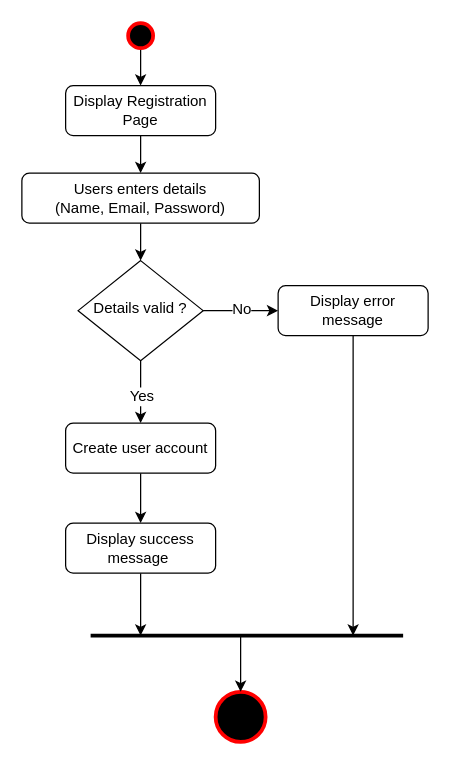
Earlier version of the draw.io diagram page "Registration" (1 of 15) of Activity Diagram.drawio (shamim36/Final-Defence-Diagram). Source tidied: cells renumbered, new cells numbered last; positions are measured from the earlier drawing's top-left corner, leaving out a move shared by most shapes. Both pictures are drawn from the tidied source at 125%, with x=0, y=0 at pixel (21, 22).
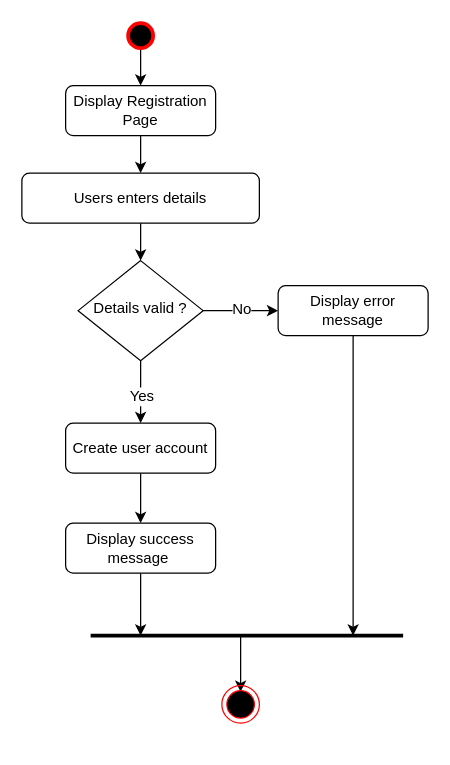
Above is the later version.

What changed in the source:
```diff
@@
-    <mxCell id="10" value="Users enters details&lt;div&gt;(Name, Email, Password)&lt;/div&gt;" style="rounded=1;whiteSpace=wrap;html=1;fontSize=12;glass=0;strokeWidth=1;shadow=0;" parent="1" vertex="1">
+    <mxCell id="10" value="Users enters details" style="rounded=1;whiteSpace=wrap;html=1;fontSize=12;glass=0;strokeWidth=1;shadow=0;" parent="1" vertex="1">
       <mxGeometry y="120" width="190" height="40" as="geometry" />
     </mxCell>
@@
-    <mxCell id="14" style="strokeWidth=3;html=1;shape=mxgraph.flowchart.start_2;whiteSpace=wrap;sketch=0;fillStyle=solid;strokeColor=light-dark(#FF0000,#EDEDED);align=center;verticalAlign=middle;fontFamily=Helvetica;fontSize=12;fontColor=default;fillColor=#000000;" parent="1" vertex="1">
-      <mxGeometry x="155" y="535" width="40" height="40" as="geometry" />
-    </mxCell>
@@
-    <mxCell id="21" style="endArrow=classic;html=1;rounded=0;fontFamily=Helvetica;fontSize=12;fontColor=default;entryX=0.5;entryY=0;entryDx=0;entryDy=0;entryPerimeter=0;" parent="1" edge="1" target="14">
+    <mxCell id="21" style="endArrow=classic;html=1;rounded=0;fontFamily=Helvetica;fontSize=12;fontColor=default;entryX=0.5;entryY=0;entryDx=0;entryDy=0;entryPerimeter=0;" parent="1" edge="1">
       <mxGeometry relative="1" as="geometry">
         <mxPoint x="175" y="490" as="sourcePoint" />
+        <mxPoint x="175" y="535" as="targetPoint" />
       </mxGeometry>
     </mxCell>
+    <mxCell id="22" style="ellipse;html=1;shape=endState;fillColor=#000000;strokeColor=#ff0000;" parent="1" vertex="1">
+      <mxGeometry x="160" y="530" width="30" height="30" as="geometry" />
+    </mxCell>
```
